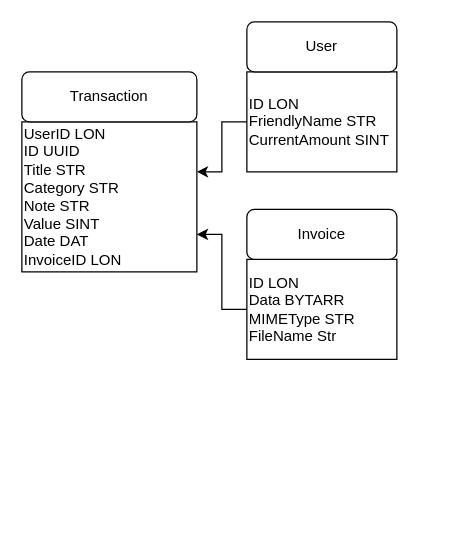
Earlier version of the draw.io diagram Documentation/Database Schema.drawio (JayReturns/SteakLasagne). Source tidied: cells renumbered, new cells numbered last; positions are measured from the earlier drawing's top-left corner, leaving out a move shared by most shapes. Both pictures are drawn from the tidied source at 125%, with x=0, y=0 at pixel (21, 21).
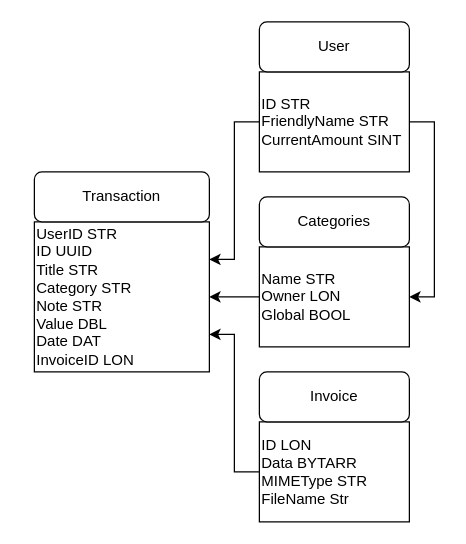
After the change.

The edit, as a diff of the source:
```diff
@@
 <mxGraphModel>
   <root>
     <mxCell id="0" />
     <mxCell id="1" parent="0" />
     <mxCell id="2" style="group;" parent="1" vertex="1">
-      <mxGeometry x="180" width="120" height="120" as="geometry" />
+      <mxGeometry x="190" width="120" height="120" as="geometry" />
     </mxCell>
-    <mxCell id="3" value="&lt;span&gt;ID LON&lt;/span&gt;&lt;br&gt;&lt;span&gt;FriendlyName STR&lt;br&gt;CurrentAmount SINT&lt;br&gt;&lt;/span&gt;" style="rounded=0;whiteSpace=wrap;html=1;strokeColor=default;align=left;" parent="2" vertex="1">
+    <mxCell id="3" value="&lt;span&gt;ID STR&lt;/span&gt;&lt;br&gt;&lt;span&gt;FriendlyName STR&lt;br&gt;CurrentAmount SINT&lt;br&gt;&lt;/span&gt;" style="rounded=0;whiteSpace=wrap;html=1;strokeColor=default;align=left;" parent="2" vertex="1">
       <mxGeometry y="40" width="120" height="80" as="geometry" />
     </mxCell>
     <mxCell id="4" value="User" style="rounded=1;whiteSpace=wrap;html=1;strokeColor=default;" parent="2" vertex="1">
       <mxGeometry width="120" height="40" as="geometry" />
     </mxCell>
     <mxCell id="5" style="group;" parent="1" vertex="1">
-      <mxGeometry y="40" width="140" height="160" as="geometry" />
+      <mxGeometry x="10" y="120" width="140" height="160" as="geometry" />
     </mxCell>
-    <mxCell id="6" value="&lt;span&gt;UserID LON&lt;br&gt;ID UUID&lt;br&gt;Title STR&lt;/span&gt;&lt;br&gt;&lt;span&gt;Category STR&lt;br&gt;Note STR&lt;/span&gt;&lt;br&gt;&lt;span&gt;Value SINT&lt;/span&gt;&lt;span&gt;&lt;br&gt;Date DAT&lt;br&gt;InvoiceID LON&amp;nbsp;&lt;br&gt;&lt;/span&gt;" style="rounded=0;whiteSpace=wrap;html=1;strokeColor=default;align=left;" parent="5" vertex="1">
+    <mxCell id="6" value="&lt;span&gt;UserID STR&lt;br&gt;ID UUID&lt;br&gt;Title STR&lt;/span&gt;&lt;br&gt;&lt;span&gt;Category STR&lt;br&gt;Note STR&lt;/span&gt;&lt;br&gt;&lt;span&gt;Value DBL&lt;/span&gt;&lt;span&gt;&lt;br&gt;Date DAT&lt;br&gt;InvoiceID LON&amp;nbsp;&lt;br&gt;&lt;/span&gt;" style="rounded=0;whiteSpace=wrap;html=1;strokeColor=default;align=left;" parent="5" vertex="1">
       <mxGeometry y="40" width="140" height="120" as="geometry" />
     </mxCell>
     <mxCell id="7" value="Transaction" style="rounded=1;whiteSpace=wrap;html=1;strokeColor=default;" parent="5" vertex="1">
       <mxGeometry width="140" height="40" as="geometry" />
     </mxCell>
     <mxCell id="8" style="group;" parent="1" vertex="1">
-      <mxGeometry x="180" y="150" width="120" height="120" as="geometry" />
+      <mxGeometry x="190" y="280" width="120" height="120" as="geometry" />
     </mxCell>
     <mxCell id="9" value="&lt;span&gt;ID LON&lt;br&gt;Data BYTARR&lt;br&gt;MIMEType STR&lt;br&gt;FileName Str&lt;br&gt;&lt;/span&gt;" style="rounded=0;whiteSpace=wrap;html=1;strokeColor=default;align=left;" parent="8" vertex="1">
       <mxGeometry y="40" width="120" height="80" as="geometry" />
     </mxCell>
     <mxCell id="10" value="Invoice" style="rounded=1;whiteSpace=wrap;html=1;strokeColor=default;" parent="8" vertex="1">
       <mxGeometry width="120" height="40" as="geometry" />
     </mxCell>
     <mxCell id="11" style="edgeStyle=orthogonalEdgeStyle;rounded=0;jettySize=auto;html=1;exitX=0;exitY=0.5;exitDx=0;exitDy=0;entryX=1;entryY=0.75;entryDx=0;entryDy=0;" parent="1" edge="1" source="9" target="6">
       <mxGeometry relative="1" as="geometry" />
     </mxCell>
+    <mxCell id="13" style="group;" parent="1" vertex="1">
+      <mxGeometry x="190" y="140" width="120" height="120" as="geometry" />
+    </mxCell>
+    <mxCell id="14" value="&lt;span&gt;Name STR&lt;br&gt;Owner LON&lt;br&gt;Global BOOL&lt;br&gt;&lt;/span&gt;" style="rounded=0;whiteSpace=wrap;html=1;strokeColor=default;align=left;" parent="13" vertex="1">
+      <mxGeometry y="40" width="120" height="80" as="geometry" />
+    </mxCell>
+    <mxCell id="15" value="Categories" style="rounded=1;whiteSpace=wrap;html=1;strokeColor=default;" parent="13" vertex="1">
+      <mxGeometry width="120" height="40" as="geometry" />
+    </mxCell>
+    <mxCell id="16" style="edgeStyle=orthogonalEdgeStyle;rounded=0;jettySize=auto;html=1;exitX=0;exitY=0.5;exitDx=0;exitDy=0;entryX=1;entryY=0.5;entryDx=0;entryDy=0;" parent="1" edge="1" source="14" target="6">
+      <mxGeometry relative="1" as="geometry" />
+    </mxCell>
-    <mxCell id="12" style="edgeStyle=orthogonalEdgeStyle;rounded=0;jettySize=auto;html=1;exitX=0;exitY=0.5;exitDx=0;exitDy=0;entryX=1;entryY=0.333;entryDx=0;entryDy=0;entryPerimeter=0;" parent="1" edge="1" source="3" target="6">
+    <mxCell id="12" style="edgeStyle=orthogonalEdgeStyle;rounded=0;jettySize=auto;html=1;exitX=0;exitY=0.5;exitDx=0;exitDy=0;entryX=1;entryY=0.25;entryDx=0;entryDy=0;" parent="1" edge="1" source="3" target="6">
       <mxGeometry relative="1" as="geometry" />
     </mxCell>
+    <mxCell id="17" style="edgeStyle=orthogonalEdgeStyle;rounded=0;jettySize=auto;html=1;exitX=1;exitY=0.5;exitDx=0;exitDy=0;entryX=1;entryY=0.5;entryDx=0;entryDy=0;" parent="1" edge="1" source="3" target="14">
+      <mxGeometry relative="1" as="geometry" />
+    </mxCell>
   </root>
 </mxGraphModel>
```
